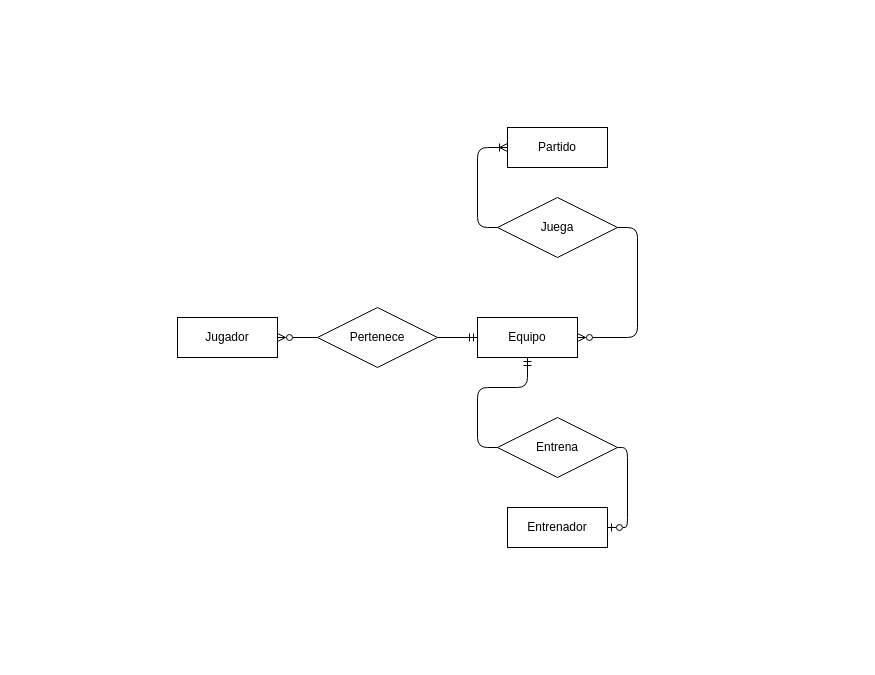
The draw.io diagram Examen-Parcial-1.drawio in xmr-p/DatabaseCharts, before the edit. Source tidied: cells renumbered, new cells numbered last; positions are measured from the earlier drawing's top-left corner, leaving out a move shared by most shapes. Both pictures are drawn from the tidied source at 100%, with x=0, y=0 at pixel (177, 127).
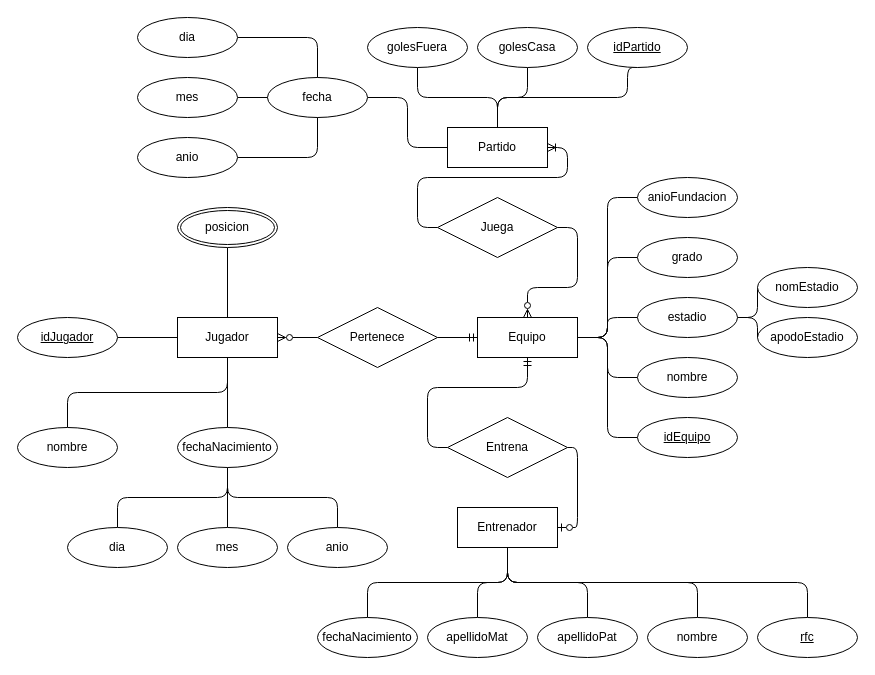
The same diagram, later.

The change refers to these unchanged cells:
```xml
<mxCell id="4" value="Jugador" style="whiteSpace=wrap;html=1;align=center;" parent="1" vertex="1">
  <mxGeometry y="190" width="100" height="40" as="geometry" />
</mxCell>
<mxCell id="5" value="Equipo" style="whiteSpace=wrap;html=1;align=center;" parent="1" vertex="1">
  <mxGeometry x="300" y="190" width="100" height="40" as="geometry" />
</mxCell>
```

What changed in the source:
```diff
@@
     <mxCell id="2" value="Partido" style="whiteSpace=wrap;html=1;align=center;" parent="1" vertex="1">
-      <mxGeometry x="330" width="100" height="40" as="geometry" />
+      <mxGeometry x="270" width="100" height="40" as="geometry" />
     </mxCell>
@@
+    <mxCell id="15" style="edgeStyle=orthogonalEdgeStyle;rounded=1;jettySize=auto;html=1;exitX=0.5;exitY=1;exitDx=0;exitDy=0;entryX=0.5;entryY=0;entryDx=0;entryDy=0;endArrow=none;endFill=0;curved=0;" parent="1" edge="1" source="4" target="29">
+      <mxGeometry relative="1" as="geometry" />
+    </mxCell>
+    <mxCell id="16" style="edgeStyle=orthogonalEdgeStyle;rounded=1;jettySize=auto;html=1;exitX=0.5;exitY=1;exitDx=0;exitDy=0;curved=0;endArrow=none;endFill=0;" parent="1" edge="1" source="4" target="27">
+      <mxGeometry relative="1" as="geometry" />
+    </mxCell>
+    <mxCell id="17" style="edgeStyle=orthogonalEdgeStyle;rounded=1;jettySize=auto;html=1;exitX=0;exitY=0.5;exitDx=0;exitDy=0;entryX=1;entryY=0.5;entryDx=0;entryDy=0;endArrow=none;endFill=0;curved=0;" parent="1" edge="1" source="4" target="28">
+      <mxGeometry relative="1" as="geometry" />
+    </mxCell>
+    <mxCell id="18" style="edgeStyle=orthogonalEdgeStyle;rounded=1;jettySize=auto;html=1;exitX=0.5;exitY=0;exitDx=0;exitDy=0;entryX=0.5;entryY=1;entryDx=0;entryDy=0;curved=0;endArrow=none;endFill=0;" parent="1" edge="1" source="4" target="33">
+      <mxGeometry relative="1" as="geometry" />
+    </mxCell>
@@
+    <mxCell id="19" style="edgeStyle=orthogonalEdgeStyle;rounded=1;jettySize=auto;html=1;exitX=1;exitY=0.5;exitDx=0;exitDy=0;entryX=0;entryY=0.5;entryDx=0;entryDy=0;curved=0;endArrow=none;endFill=0;" parent="1" edge="1" source="5" target="42">
+      <mxGeometry relative="1" as="geometry" />
+    </mxCell>
+    <mxCell id="20" style="edgeStyle=orthogonalEdgeStyle;rounded=1;jettySize=auto;html=1;exitX=1;exitY=0.5;exitDx=0;exitDy=0;entryX=0;entryY=0.5;entryDx=0;entryDy=0;curved=0;endArrow=none;endFill=0;" parent="1" edge="1" source="5" target="34">
+      <mxGeometry relative="1" as="geometry" />
+    </mxCell>
+    <mxCell id="21" style="edgeStyle=orthogonalEdgeStyle;rounded=1;jettySize=auto;html=1;exitX=1;exitY=0.5;exitDx=0;exitDy=0;entryX=0;entryY=0.5;entryDx=0;entryDy=0;curved=0;endArrow=none;endFill=0;" parent="1" edge="1" source="5" target="38">
+      <mxGeometry relative="1" as="geometry" />
+    </mxCell>
+    <mxCell id="22" style="edgeStyle=orthogonalEdgeStyle;rounded=1;jettySize=auto;html=1;exitX=1;exitY=0.5;exitDx=0;exitDy=0;entryX=0;entryY=0.5;entryDx=0;entryDy=0;curved=0;endArrow=none;endFill=0;" parent="1" edge="1" source="5" target="40">
+      <mxGeometry relative="1" as="geometry" />
+    </mxCell>
+    <mxCell id="23" style="edgeStyle=orthogonalEdgeStyle;rounded=1;jettySize=auto;html=1;exitX=1;exitY=0.5;exitDx=0;exitDy=0;entryX=0;entryY=0.5;entryDx=0;entryDy=0;curved=0;endArrow=none;endFill=0;" parent="1" edge="1" source="5" target="41">
+      <mxGeometry relative="1" as="geometry" />
+    </mxCell>
@@
     <mxCell id="7" value="Entrenador" style="whiteSpace=wrap;html=1;align=center;" parent="1" vertex="1">
-      <mxGeometry x="330" y="380" width="100" height="40" as="geometry" />
+      <mxGeometry x="280" y="380" width="100" height="40" as="geometry" />
     </mxCell>
@@
-    <mxCell id="10" style="edgeStyle=orthogonalEdgeStyle;rounded=1;jettySize=auto;html=1;exitX=1;exitY=0.5;exitDx=0;exitDy=0;entryX=1;entryY=0.5;entryDx=0;entryDy=0;curved=0;endArrow=ERzeroToMany;endFill=0;startArrow=none;startFill=0;" parent="1" edge="1" source="12" target="5">
+    <mxCell id="10" style="edgeStyle=orthogonalEdgeStyle;rounded=1;jettySize=auto;html=1;exitX=1;exitY=0.5;exitDx=0;exitDy=0;entryX=0.5;entryY=0;entryDx=0;entryDy=0;curved=0;endArrow=ERzeroToMany;endFill=0;startArrow=none;startFill=0;" parent="1" edge="1" source="12" target="5">
       <mxGeometry relative="1" as="geometry" />
     </mxCell>
-    <mxCell id="11" style="edgeStyle=orthogonalEdgeStyle;rounded=1;jettySize=auto;html=1;exitX=0;exitY=0.5;exitDx=0;exitDy=0;entryX=0;entryY=0.5;entryDx=0;entryDy=0;curved=0;endArrow=ERoneToMany;endFill=0;" parent="1" edge="1" source="12" target="2">
+    <mxCell id="11" style="edgeStyle=orthogonalEdgeStyle;rounded=1;jettySize=auto;html=1;exitX=0;exitY=0.5;exitDx=0;exitDy=0;entryX=1;entryY=0.5;entryDx=0;entryDy=0;curved=0;endArrow=ERoneToMany;endFill=0;" parent="1" edge="1" source="12" target="2">
       <mxGeometry relative="1" as="geometry" />
     </mxCell>
     <mxCell id="12" value="Juega" style="shape=rhombus;perimeter=rhombusPerimeter;whiteSpace=wrap;html=1;align=center;" parent="1" vertex="1">
-      <mxGeometry x="320" y="70" width="120" height="60" as="geometry" />
+      <mxGeometry x="260" y="70" width="120" height="60" as="geometry" />
     </mxCell>
@@
     <mxCell id="14" value="Entrena" style="shape=rhombus;perimeter=rhombusPerimeter;whiteSpace=wrap;html=1;align=center;" parent="1" vertex="1">
-      <mxGeometry x="320" y="290" width="120" height="60" as="geometry" />
+      <mxGeometry x="270" y="290" width="120" height="60" as="geometry" />
     </mxCell>
+    <mxCell id="24" style="edgeStyle=orthogonalEdgeStyle;rounded=1;jettySize=auto;html=1;exitX=0.5;exitY=1;exitDx=0;exitDy=0;entryX=0.5;entryY=0;entryDx=0;entryDy=0;curved=0;endArrow=none;endFill=0;" parent="1" edge="1" source="27" target="32">
+      <mxGeometry relative="1" as="geometry" />
+    </mxCell>
+    <mxCell id="25" style="edgeStyle=orthogonalEdgeStyle;rounded=1;jettySize=auto;html=1;exitX=0.5;exitY=1;exitDx=0;exitDy=0;entryX=0.5;entryY=0;entryDx=0;entryDy=0;curved=0;endArrow=none;endFill=0;" parent="1" edge="1" source="27" target="31">
+      <mxGeometry relative="1" as="geometry" />
+    </mxCell>
+    <mxCell id="26" style="edgeStyle=orthogonalEdgeStyle;rounded=1;jettySize=auto;html=1;exitX=0.5;exitY=1;exitDx=0;exitDy=0;entryX=0.5;entryY=0;entryDx=0;entryDy=0;curved=0;endArrow=none;endFill=0;" parent="1" edge="1" source="27" target="30">
+      <mxGeometry relative="1" as="geometry" />
+    </mxCell>
+    <mxCell id="27" value="fechaNacimiento" style="ellipse;whiteSpace=wrap;html=1;align=center;" parent="1" vertex="1">
+      <mxGeometry y="300" width="100" height="40" as="geometry" />
+    </mxCell>
+    <mxCell id="28" value="idJugador" style="ellipse;whiteSpace=wrap;html=1;align=center;fontStyle=4;" parent="1" vertex="1">
+      <mxGeometry x="-160" y="190" width="100" height="40" as="geometry" />
+    </mxCell>
+    <mxCell id="29" value="nombre" style="ellipse;whiteSpace=wrap;html=1;align=center;" parent="1" vertex="1">
+      <mxGeometry x="-160" y="300" width="100" height="40" as="geometry" />
+    </mxCell>
+    <mxCell id="30" value="anio" style="ellipse;whiteSpace=wrap;html=1;align=center;" parent="1" vertex="1">
+      <mxGeometry x="110" y="400" width="100" height="40" as="geometry" />
+    </mxCell>
+    <mxCell id="31" value="mes" style="ellipse;whiteSpace=wrap;html=1;align=center;" parent="1" vertex="1">
+      <mxGeometry y="400" width="100" height="40" as="geometry" />
+    </mxCell>
+    <mxCell id="32" value="dia" style="ellipse;whiteSpace=wrap;html=1;align=center;" parent="1" vertex="1">
+      <mxGeometry x="-110" y="400" width="100" height="40" as="geometry" />
+    </mxCell>
+    <mxCell id="33" value="posicion" style="ellipse;shape=doubleEllipse;margin=3;whiteSpace=wrap;html=1;align=center;" parent="1" vertex="1">
+      <mxGeometry y="80" width="100" height="40" as="geometry" />
+    </mxCell>
+    <mxCell id="34" value="grado" style="ellipse;whiteSpace=wrap;html=1;align=center;" parent="1" vertex="1">
+      <mxGeometry x="460" y="110" width="100" height="40" as="geometry" />
+    </mxCell>
+    <mxCell id="35" value="apodoEstadio" style="ellipse;whiteSpace=wrap;html=1;align=center;" parent="1" vertex="1">
+      <mxGeometry x="580" y="190" width="100" height="40" as="geometry" />
+    </mxCell>
+    <mxCell id="36" style="edgeStyle=orthogonalEdgeStyle;rounded=1;jettySize=auto;html=1;exitX=1;exitY=0.5;exitDx=0;exitDy=0;entryX=0;entryY=0.5;entryDx=0;entryDy=0;curved=0;endArrow=none;endFill=0;" parent="1" edge="1" source="38" target="39">
+      <mxGeometry relative="1" as="geometry" />
+    </mxCell>
+    <mxCell id="37" style="edgeStyle=orthogonalEdgeStyle;rounded=1;jettySize=auto;html=1;exitX=1;exitY=0.5;exitDx=0;exitDy=0;entryX=0;entryY=0.5;entryDx=0;entryDy=0;curved=0;endArrow=none;endFill=0;" parent="1" edge="1" source="38" target="35">
+      <mxGeometry relative="1" as="geometry" />
+    </mxCell>
+    <mxCell id="38" value="estadio" style="ellipse;whiteSpace=wrap;html=1;align=center;" parent="1" vertex="1">
+      <mxGeometry x="460" y="170" width="100" height="40" as="geometry" />
+    </mxCell>
+    <mxCell id="39" value="nomEstadio" style="ellipse;whiteSpace=wrap;html=1;align=center;" parent="1" vertex="1">
+      <mxGeometry x="580" y="140" width="100" height="40" as="geometry" />
+    </mxCell>
+    <mxCell id="40" value="nombre" style="ellipse;whiteSpace=wrap;html=1;align=center;" parent="1" vertex="1">
+      <mxGeometry x="460" y="230" width="100" height="40" as="geometry" />
+    </mxCell>
+    <mxCell id="41" value="idEquipo" style="ellipse;whiteSpace=wrap;html=1;align=center;fontStyle=4;" parent="1" vertex="1">
+      <mxGeometry x="460" y="290" width="100" height="40" as="geometry" />
+    </mxCell>
+    <mxCell id="42" value="anioFundacion" style="ellipse;whiteSpace=wrap;html=1;align=center;" parent="1" vertex="1">
+      <mxGeometry x="460" y="50" width="100" height="40" as="geometry" />
+    </mxCell>
+    <mxCell id="43" style="edgeStyle=orthogonalEdgeStyle;rounded=1;jettySize=auto;html=1;exitX=0.5;exitY=1;exitDx=0;exitDy=0;entryX=0.5;entryY=0;entryDx=0;entryDy=0;curved=0;endArrow=none;endFill=0;" parent="1" edge="1" source="44" target="2">
+      <mxGeometry relative="1" as="geometry">
+        <Array as="points">
+          <mxPoint x="450" y="-60" />
+          <mxPoint x="450" y="-30" />
+          <mxPoint x="320" y="-30" />
+        </Array>
+      </mxGeometry>
+    </mxCell>
+    <mxCell id="44" value="idPartido" style="ellipse;whiteSpace=wrap;html=1;align=center;fontStyle=4;" parent="1" vertex="1">
+      <mxGeometry x="410" y="-100" width="100" height="40" as="geometry" />
+    </mxCell>
+    <mxCell id="45" style="edgeStyle=orthogonalEdgeStyle;rounded=1;jettySize=auto;html=1;exitX=0.5;exitY=1;exitDx=0;exitDy=0;entryX=0.5;entryY=0;entryDx=0;entryDy=0;curved=0;endArrow=none;endFill=0;" parent="1" edge="1" source="46" target="2">
+      <mxGeometry relative="1" as="geometry" />
+    </mxCell>
+    <mxCell id="46" value="golesFuera" style="ellipse;whiteSpace=wrap;html=1;align=center;" parent="1" vertex="1">
+      <mxGeometry x="190" y="-100" width="100" height="40" as="geometry" />
+    </mxCell>
+    <mxCell id="47" style="edgeStyle=orthogonalEdgeStyle;rounded=1;jettySize=auto;html=1;exitX=0.5;exitY=1;exitDx=0;exitDy=0;entryX=0.5;entryY=0;entryDx=0;entryDy=0;curved=0;endArrow=none;endFill=0;" parent="1" edge="1" source="48" target="2">
+      <mxGeometry relative="1" as="geometry" />
+    </mxCell>
+    <mxCell id="48" value="golesCasa" style="ellipse;whiteSpace=wrap;html=1;align=center;" parent="1" vertex="1">
+      <mxGeometry x="300" y="-100" width="100" height="40" as="geometry" />
+    </mxCell>
+    <mxCell id="49" style="edgeStyle=orthogonalEdgeStyle;rounded=1;jettySize=auto;html=1;exitX=1;exitY=0.5;exitDx=0;exitDy=0;entryX=0;entryY=0.5;entryDx=0;entryDy=0;curved=0;endArrow=none;endFill=0;" parent="1" edge="1" source="50" target="2">
+      <mxGeometry relative="1" as="geometry" />
+    </mxCell>
+    <mxCell id="50" value="fecha" style="ellipse;whiteSpace=wrap;html=1;align=center;" parent="1" vertex="1">
+      <mxGeometry x="90" y="-50" width="100" height="40" as="geometry" />
+    </mxCell>
+    <mxCell id="51" style="edgeStyle=orthogonalEdgeStyle;rounded=1;jettySize=auto;html=1;exitX=1;exitY=0.5;exitDx=0;exitDy=0;entryX=0.5;entryY=1;entryDx=0;entryDy=0;curved=0;endArrow=none;endFill=0;" parent="1" edge="1" source="52" target="50">
+      <mxGeometry relative="1" as="geometry" />
+    </mxCell>
+    <mxCell id="52" value="anio" style="ellipse;whiteSpace=wrap;html=1;align=center;" parent="1" vertex="1">
+      <mxGeometry x="-40" y="10" width="100" height="40" as="geometry" />
+    </mxCell>
+    <mxCell id="53" style="edgeStyle=orthogonalEdgeStyle;rounded=1;jettySize=auto;html=1;exitX=1;exitY=0.5;exitDx=0;exitDy=0;entryX=0;entryY=0.5;entryDx=0;entryDy=0;curved=0;endArrow=none;endFill=0;" parent="1" edge="1" source="54" target="50">
+      <mxGeometry relative="1" as="geometry" />
+    </mxCell>
+    <mxCell id="54" value="mes" style="ellipse;whiteSpace=wrap;html=1;align=center;" parent="1" vertex="1">
+      <mxGeometry x="-40" y="-50" width="100" height="40" as="geometry" />
+    </mxCell>
+    <mxCell id="55" style="edgeStyle=orthogonalEdgeStyle;rounded=1;jettySize=auto;html=1;exitX=1;exitY=0.5;exitDx=0;exitDy=0;entryX=0.5;entryY=0;entryDx=0;entryDy=0;curved=0;endArrow=none;endFill=0;" parent="1" edge="1" source="56" target="50">
+      <mxGeometry relative="1" as="geometry" />
+    </mxCell>
+    <mxCell id="56" value="dia" style="ellipse;whiteSpace=wrap;html=1;align=center;" parent="1" vertex="1">
+      <mxGeometry x="-40" y="-110" width="100" height="40" as="geometry" />
+    </mxCell>
+    <mxCell id="57" style="edgeStyle=orthogonalEdgeStyle;rounded=1;jettySize=auto;html=1;exitX=0.5;exitY=0;exitDx=0;exitDy=0;entryX=0.5;entryY=1;entryDx=0;entryDy=0;curved=0;endArrow=none;endFill=0;" parent="1" edge="1" source="58" target="7">
+      <mxGeometry relative="1" as="geometry" />
+    </mxCell>
+    <mxCell id="58" value="rfc" style="ellipse;whiteSpace=wrap;html=1;align=center;fontStyle=4;" parent="1" vertex="1">
+      <mxGeometry x="580" y="490" width="100" height="40" as="geometry" />
+    </mxCell>
+    <mxCell id="59" style="edgeStyle=orthogonalEdgeStyle;rounded=1;jettySize=auto;html=1;exitX=0.5;exitY=0;exitDx=0;exitDy=0;entryX=0.5;entryY=1;entryDx=0;entryDy=0;curved=0;endArrow=none;endFill=0;" parent="1" edge="1" source="60" target="7">
+      <mxGeometry relative="1" as="geometry" />
+    </mxCell>
+    <mxCell id="60" value="nombre" style="ellipse;whiteSpace=wrap;html=1;align=center;" parent="1" vertex="1">
+      <mxGeometry x="470" y="490" width="100" height="40" as="geometry" />
+    </mxCell>
+    <mxCell id="61" style="edgeStyle=orthogonalEdgeStyle;rounded=1;jettySize=auto;html=1;exitX=0.5;exitY=0;exitDx=0;exitDy=0;entryX=0.5;entryY=1;entryDx=0;entryDy=0;curved=0;endArrow=none;endFill=0;" parent="1" edge="1" source="62" target="7">
+      <mxGeometry relative="1" as="geometry" />
+    </mxCell>
+    <mxCell id="62" value="apellidoPat" style="ellipse;whiteSpace=wrap;html=1;align=center;" parent="1" vertex="1">
+      <mxGeometry x="360" y="490" width="100" height="40" as="geometry" />
+    </mxCell>
+    <mxCell id="63" style="edgeStyle=orthogonalEdgeStyle;rounded=1;jettySize=auto;html=1;exitX=0.5;exitY=0;exitDx=0;exitDy=0;entryX=0.5;entryY=1;entryDx=0;entryDy=0;curved=0;endArrow=none;endFill=0;" parent="1" edge="1" source="64" target="7">
+      <mxGeometry relative="1" as="geometry" />
+    </mxCell>
+    <mxCell id="64" value="apellidoMat" style="ellipse;whiteSpace=wrap;html=1;align=center;" parent="1" vertex="1">
+      <mxGeometry x="250" y="490" width="100" height="40" as="geometry" />
+    </mxCell>
+    <mxCell id="65" style="edgeStyle=orthogonalEdgeStyle;rounded=1;jettySize=auto;html=1;exitX=0.5;exitY=0;exitDx=0;exitDy=0;entryX=0.5;entryY=1;entryDx=0;entryDy=0;curved=0;endArrow=none;endFill=0;" parent="1" edge="1" source="66" target="7">
+      <mxGeometry relative="1" as="geometry" />
+    </mxCell>
+    <mxCell id="66" value="fechaNacimiento" style="ellipse;whiteSpace=wrap;html=1;align=center;" parent="1" vertex="1">
+      <mxGeometry x="140" y="490" width="100" height="40" as="geometry" />
+    </mxCell>
```
